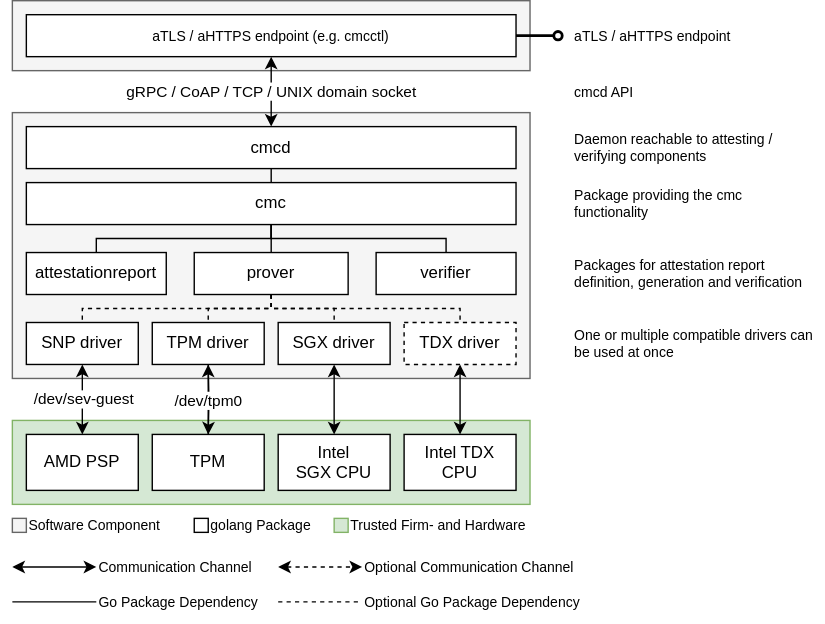
This is doc/diagrams/architecture.drawio.svg from Fraunhofer-AISEC/cmc, a draw.io export, as it was before one commit. Source tidied: cells renumbered, new cells last; positions are measured from the earlier drawing's top-left corner, leaving out a move shared by most shapes.
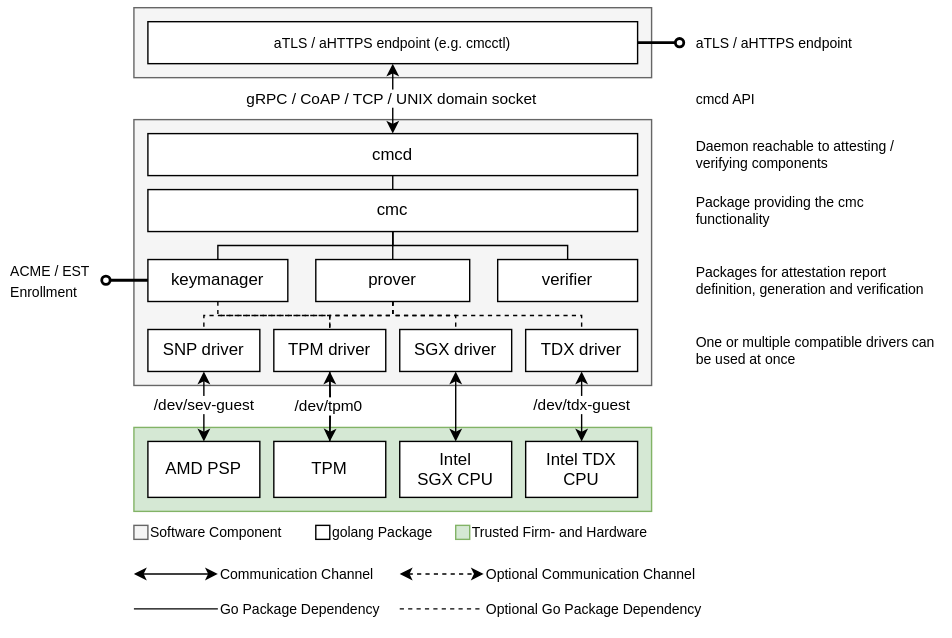
The same file after the commit.

The edit, as a diff of the source:
```diff
@@ -88,6 +88,9 @@
     <mxCell id="27" style="endArrow=classic;startArrow=classic;html=1;rounded=0;entryX=0.5;entryY=1;entryDx=0;entryDy=0;exitX=0.5;exitY=0;exitDx=0;exitDy=0;" parent="1" edge="1" source="15" target="34">
       <mxGeometry relative="1" as="geometry" />
     </mxCell>
+    <mxCell id="57" value="/dev/tdx-guest" style="edgeLabel;html=1;align=center;verticalAlign=middle;" parent="27" vertex="1">
+      <mxGeometry x="0.05" relative="1" as="geometry" />
+    </mxCell>
     <mxCell id="28" value="Intel SGX&amp;nbsp;&lt;span style=&quot;background-color: initial;&quot;&gt;CPU&lt;/span&gt;" style="rounded=0;whiteSpace=wrap;html=1;" parent="1" vertex="1">
       <mxGeometry x="190" y="310" width="80" height="40" as="geometry" />
     </mxCell>
@@ -116,7 +119,7 @@
     <mxCell id="33" value="TPM driver" style="rounded=0;whiteSpace=wrap;html=1;" parent="1" vertex="1">
       <mxGeometry x="100" y="230" width="80" height="30" as="geometry" />
     </mxCell>
-    <mxCell id="34" value="TDX driver" style="rounded=0;whiteSpace=wrap;html=1;dashed=1;" parent="1" vertex="1">
+    <mxCell id="34" value="TDX driver" style="rounded=0;whiteSpace=wrap;html=1;" parent="1" vertex="1">
       <mxGeometry x="280" y="230" width="80" height="30" as="geometry" />
     </mxCell>
     <mxCell id="35" style="edgeStyle=orthogonalEdgeStyle;rounded=0;jettySize=auto;html=1;exitX=0.5;exitY=1;exitDx=0;exitDy=0;fontSize=10;labelBackgroundColor=#F5F5F5;dashed=1;endArrow=none;endFill=0;" parent="1" edge="1" source="36" target="32">
@@ -144,7 +147,7 @@
     <mxCell id="39" value="verifier" style="rounded=0;whiteSpace=wrap;html=1;" parent="1" vertex="1">
       <mxGeometry x="260" y="180" width="100" height="30" as="geometry" />
     </mxCell>
-    <mxCell id="40" value="attestationreport" style="rounded=0;whiteSpace=wrap;html=1;" parent="1" vertex="1">
+    <mxCell id="40" value="keymanager" style="rounded=0;whiteSpace=wrap;html=1;" parent="1" vertex="1">
       <mxGeometry x="10" y="180" width="100" height="30" as="geometry" />
     </mxCell>
     <mxCell id="41" style="edgeStyle=orthogonalEdgeStyle;rounded=0;jettySize=auto;html=1;exitX=0.5;exitY=1;exitDx=0;exitDy=0;entryX=0.5;entryY=0;entryDx=0;entryDy=0;fontSize=10;startArrow=none;startFill=0;labelBackgroundColor=#F5F5F5;endArrow=none;endFill=0;" parent="1" edge="1" source="42" target="43">
@@ -213,5 +216,22 @@
     <mxCell id="56" value="cmcd API" style="text;html=1;strokeColor=none;fillColor=none;align=left;verticalAlign=middle;whiteSpace=wrap;rounded=0;fontSize=10;" parent="1" vertex="1">
       <mxGeometry x="400" y="50" width="170" height="30" as="geometry" />
     </mxCell>
+    <mxCell id="58" style="edgeStyle=orthogonalEdgeStyle;rounded=0;jettySize=auto;html=1;exitX=0.5;exitY=1;exitDx=0;exitDy=0;fontSize=10;labelBackgroundColor=#F5F5F5;dashed=1;entryX=0.5;entryY=0;entryDx=0;entryDy=0;endArrow=none;endFill=0;" parent="1" edge="1" source="40" target="33">
+      <mxGeometry x="-0.73" relative="1" as="geometry">
+        <Array as="points">
+          <mxPoint x="60" y="220" />
+          <mxPoint x="140" y="220" />
+        </Array>
+      </mxGeometry>
+    </mxCell>
+    <mxCell id="59" style="endArrow=none;html=1;rounded=0;startArrow=oval;startFill=0;strokeWidth=2;" parent="1" edge="1">
+      <mxGeometry relative="1" as="geometry">
+        <mxPoint x="-20" y="194.8" as="sourcePoint" />
+        <mxPoint x="10" y="194.8" as="targetPoint" />
+      </mxGeometry>
+    </mxCell>
+    <mxCell id="60" value="&lt;font style=&quot;font-size: 10px;&quot;&gt;ACME / EST Enrollment&lt;/font&gt;" style="text;html=1;align=left;verticalAlign=middle;whiteSpace=wrap;rounded=0;" parent="1" vertex="1">
+      <mxGeometry x="-90" y="180" width="70" height="30" as="geometry" />
+    </mxCell>
   </root>
 </mxGraphModel>
```
